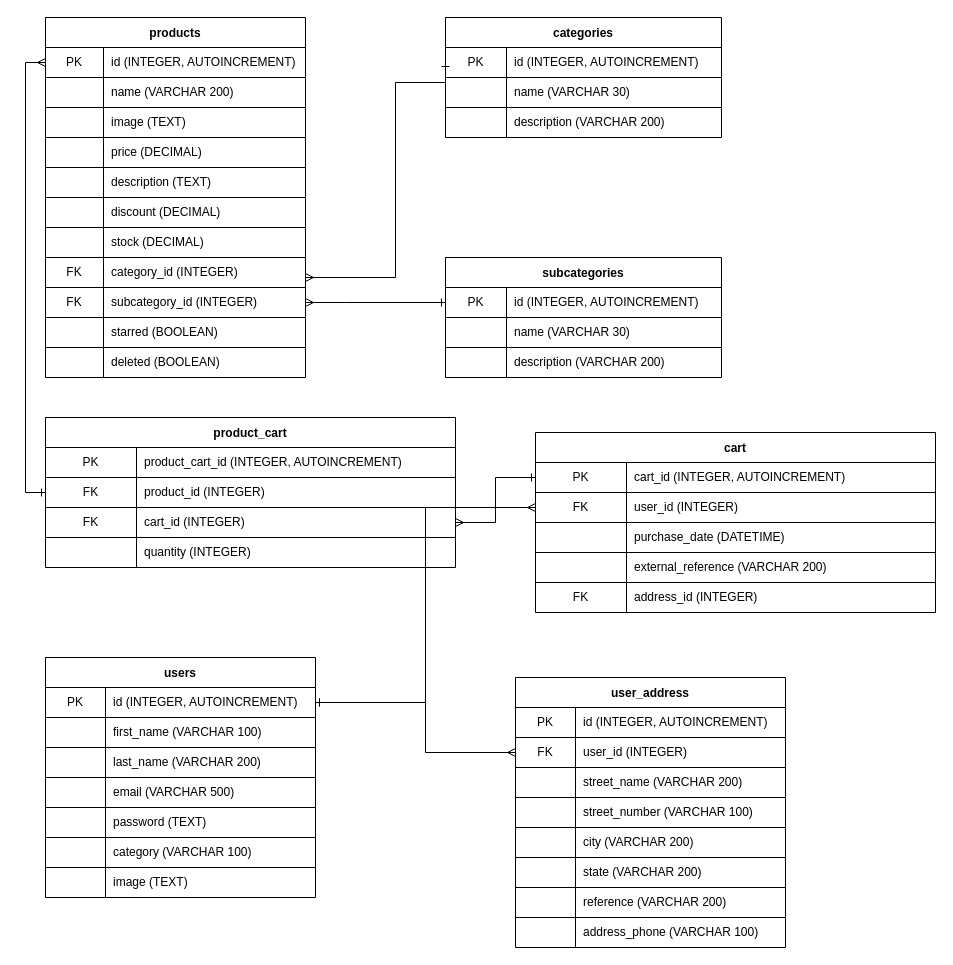
This is diagram.drawio from 0621CDFSNCN12LAED/grupo-12, a draw.io file, before an edit. Source tidied: cells renumbered, new cells numbered last; positions are measured from the earlier drawing's top-left corner, leaving out a move shared by most shapes. Both pictures are drawn from the tidied source at 100%, with x=0, y=0 at pixel (45, 17).
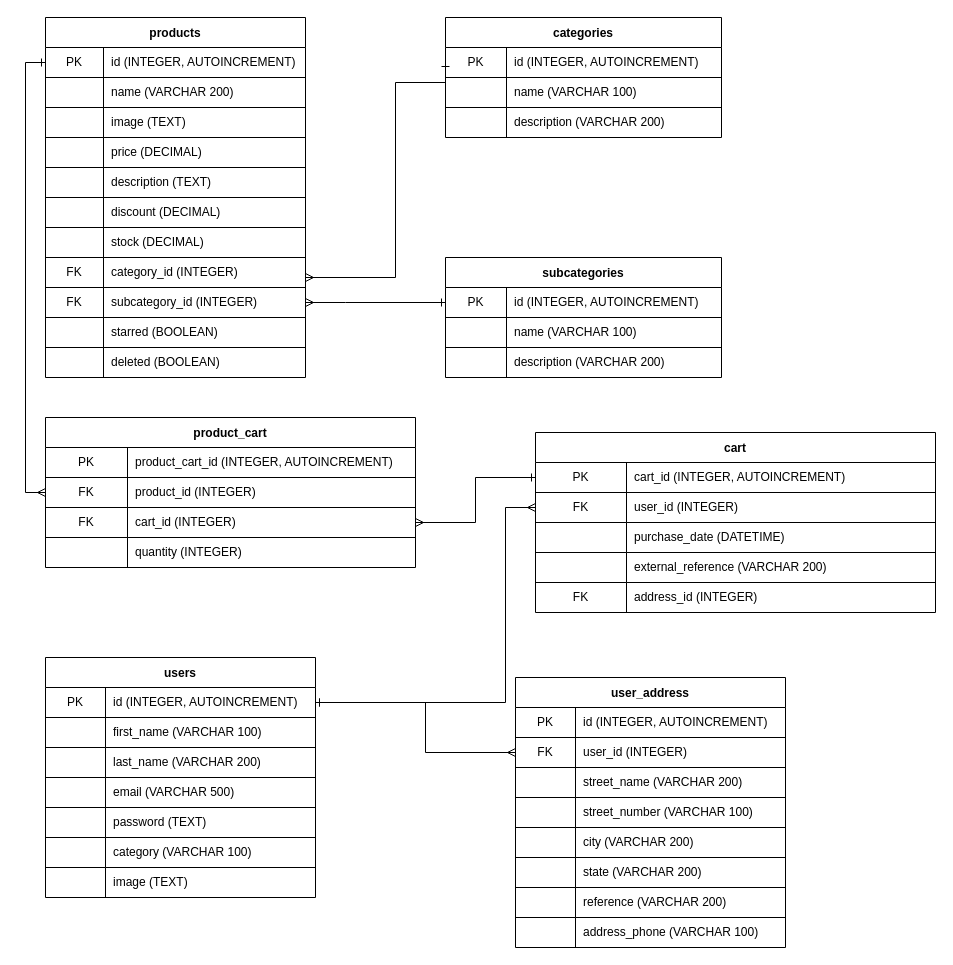
The same diagram, later.

Unchanged cells that the change refers to:
```xml
<mxCell id="3" style="shape=partialRectangle;html=1;whiteSpace=wrap;fillColor=none;top=0;left=0;bottom=1;right=0;points=[[0,0.5],[1,0.5]];portConstraint=eastwest;" parent="2" vertex="1">
  <mxGeometry y="30" width="260" height="30" as="geometry" />
</mxCell>
<mxCell id="48" style="shape=partialRectangle;html=1;whiteSpace=wrap;fillColor=none;top=0;left=0;bottom=0;right=0;" parent="44" vertex="1">
  <mxGeometry y="60" width="276" height="30" as="geometry" />
</mxCell>
<mxCell id="59" style="shape=partialRectangle;html=1;whiteSpace=wrap;fillColor=none;top=0;left=0;bottom=0;right=0;" parent="55" vertex="1">
  <mxGeometry y="60" width="276" height="30" as="geometry" />
</mxCell>
<mxCell id="67" style="shape=partialRectangle;html=1;whiteSpace=wrap;fillColor=none;top=0;left=0;bottom=1;right=0;points=[[0,0.5],[1,0.5]];portConstraint=eastwest;" parent="66" vertex="1">
  <mxGeometry y="30" width="270" height="30" as="geometry" />
</mxCell>
<mxCell id="92" style="shape=partialRectangle;html=1;whiteSpace=wrap;fillColor=none;top=0;left=0;bottom=0;right=0;points=[[0,0.5],[1,0.5]];portConstraint=eastwest;" parent="88" vertex="1">
  <mxGeometry y="60" width="400" height="30" as="geometry" />
</mxCell>
```

Diff of the diagram source:
```diff
@@
-    <mxCell id="50" value="name (VARCHAR 30)" style="shape=partialRectangle;html=1;whiteSpace=wrap;fillColor=none;top=0;left=0;bottom=0;right=0;align=left;spacingLeft=6;overflow=hidden;" parent="48" vertex="1">
+    <mxCell id="50" value="name (VARCHAR 100)" style="shape=partialRectangle;html=1;whiteSpace=wrap;fillColor=none;top=0;left=0;bottom=0;right=0;align=left;spacingLeft=6;overflow=hidden;" parent="48" vertex="1">
       <mxGeometry x="61" width="215" height="30" as="geometry" />
     </mxCell>
@@
-    <mxCell id="61" value="name (VARCHAR 30)" style="shape=partialRectangle;html=1;whiteSpace=wrap;fillColor=none;top=0;left=0;bottom=0;right=0;align=left;spacingLeft=6;overflow=hidden;" parent="59" vertex="1">
+    <mxCell id="61" value="name (VARCHAR 100)" style="shape=partialRectangle;html=1;whiteSpace=wrap;fillColor=none;top=0;left=0;bottom=0;right=0;align=left;spacingLeft=6;overflow=hidden;" parent="59" vertex="1">
       <mxGeometry x="61" width="215" height="30" as="geometry" />
     </mxCell>
@@
     <mxCell id="104" value="product_cart" style="shape=table;startSize=30;childLayout=tableLayout;rowLines=1;fontStyle=1;align=center;" parent="1" vertex="1">
-      <mxGeometry y="400" width="410" height="150" as="geometry" />
+      <mxGeometry y="400" width="370" height="150" as="geometry" />
     </mxCell>
     <mxCell id="105" style="shape=partialRectangle;html=1;whiteSpace=wrap;fillColor=none;top=0;left=0;bottom=1;right=0;" parent="104" vertex="1">
-      <mxGeometry y="30" width="410" height="30" as="geometry" />
+      <mxGeometry y="30" width="370" height="30" as="geometry" />
     </mxCell>
     <mxCell id="106" value="PK" style="shape=partialRectangle;html=1;whiteSpace=wrap;fillColor=none;top=0;left=0;bottom=0;right=0;overflow=hidden;" parent="105" vertex="1">
-      <mxGeometry width="91" height="30" as="geometry" />
+      <mxGeometry width="82" height="30" as="geometry" />
     </mxCell>
     <mxCell id="107" value="product_cart_id (INTEGER, AUTOINCREMENT)" style="shape=partialRectangle;html=1;whiteSpace=wrap;fillColor=none;top=0;left=0;bottom=0;right=0;align=left;spacingLeft=6;overflow=hidden;" parent="105" vertex="1">
-      <mxGeometry x="91" width="319" height="30" as="geometry" />
+      <mxGeometry x="82" width="288" height="30" as="geometry" />
     </mxCell>
     <mxCell id="108" style="shape=partialRectangle;html=1;whiteSpace=wrap;fillColor=none;top=0;left=0;bottom=0;right=0;points=[[0,0.5],[1,0.5]];portConstraint=eastwest;" parent="104" vertex="1">
-      <mxGeometry y="60" width="410" height="30" as="geometry" />
+      <mxGeometry y="60" width="370" height="30" as="geometry" />
     </mxCell>
     <mxCell id="109" value="FK" style="shape=partialRectangle;html=1;whiteSpace=wrap;fillColor=none;top=0;left=0;bottom=0;right=0;overflow=hidden;" parent="108" vertex="1">
-      <mxGeometry width="91" height="30" as="geometry" />
+      <mxGeometry width="82" height="30" as="geometry" />
     </mxCell>
     <mxCell id="110" value="product_id (INTEGER)" style="shape=partialRectangle;html=1;whiteSpace=wrap;fillColor=none;top=0;left=0;bottom=0;right=0;align=left;spacingLeft=6;overflow=hidden;" parent="108" vertex="1">
-      <mxGeometry x="91" width="319" height="30" as="geometry" />
+      <mxGeometry x="82" width="288" height="30" as="geometry" />
     </mxCell>
     <mxCell id="111" style="shape=partialRectangle;html=1;whiteSpace=wrap;fillColor=none;top=0;left=0;bottom=0;right=0;points=[[0,0.5],[1,0.5]];portConstraint=eastwest;" parent="104" vertex="1">
-      <mxGeometry y="90" width="410" height="30" as="geometry" />
+      <mxGeometry y="90" width="370" height="30" as="geometry" />
     </mxCell>
     <mxCell id="112" value="FK" style="shape=partialRectangle;html=1;whiteSpace=wrap;fillColor=none;top=0;left=0;bottom=0;right=0;overflow=hidden;" parent="111" vertex="1">
-      <mxGeometry width="91" height="30" as="geometry" />
+      <mxGeometry width="82" height="30" as="geometry" />
     </mxCell>
     <mxCell id="113" value="cart_id (INTEGER)" style="shape=partialRectangle;html=1;whiteSpace=wrap;fillColor=none;top=0;left=0;bottom=0;right=0;align=left;spacingLeft=6;overflow=hidden;" parent="111" vertex="1">
-      <mxGeometry x="91" width="319" height="30" as="geometry" />
+      <mxGeometry x="82" width="288" height="30" as="geometry" />
     </mxCell>
     <mxCell id="114" style="shape=partialRectangle;html=1;whiteSpace=wrap;fillColor=none;top=0;left=0;bottom=0;right=0;" parent="104" vertex="1">
-      <mxGeometry y="120" width="410" height="30" as="geometry" />
+      <mxGeometry y="120" width="370" height="30" as="geometry" />
     </mxCell>
     <mxCell id="115" style="shape=partialRectangle;html=1;whiteSpace=wrap;fillColor=none;top=0;left=0;bottom=0;right=0;overflow=hidden;" parent="114" vertex="1">
-      <mxGeometry width="91" height="30" as="geometry" />
+      <mxGeometry width="82" height="30" as="geometry" />
     </mxCell>
     <mxCell id="116" value="quantity (INTEGER)" style="shape=partialRectangle;html=1;whiteSpace=wrap;fillColor=none;top=0;left=0;bottom=0;right=0;align=left;spacingLeft=6;overflow=hidden;" parent="114" vertex="1">
-      <mxGeometry x="91" width="319" height="30" as="geometry" />
+      <mxGeometry x="82" width="288" height="30" as="geometry" />
     </mxCell>
     <mxCell id="117" style="edgeStyle=orthogonalEdgeStyle;rounded=0;jettySize=auto;html=1;exitX=1;exitY=0.5;exitDx=0;exitDy=0;entryX=0;entryY=0.5;entryDx=0;entryDy=0;startArrow=ERone;startFill=0;endArrow=ERmany;endFill=0;" parent="1" edge="1" source="67" target="92">
-      <mxGeometry relative="1" as="geometry" />
+      <mxGeometry relative="1" as="geometry">
+        <Array as="points">
+          <mxPoint x="460" y="685" />
+          <mxPoint x="460" y="490" />
+        </Array>
+      </mxGeometry>
     </mxCell>
@@
-    <mxCell id="119" style="edgeStyle=orthogonalEdgeStyle;rounded=0;jettySize=auto;html=1;exitX=0;exitY=0.5;exitDx=0;exitDy=0;entryX=0;entryY=0.5;entryDx=0;entryDy=0;startArrow=ERone;startFill=0;endArrow=ERmany;endFill=0;" parent="1" edge="1" source="108" target="3">
-      <mxGeometry relative="1" as="geometry" />
-    </mxCell>
@@
+    <mxCell id="146" style="edgeStyle=orthogonalEdgeStyle;rounded=0;jettySize=auto;html=1;exitX=0;exitY=0.5;exitDx=0;exitDy=0;entryX=0;entryY=0.5;entryDx=0;entryDy=0;endArrow=ERmany;endFill=0;startArrow=ERone;startFill=0;" parent="1" edge="1" source="3" target="108">
+      <mxGeometry relative="1" as="geometry" />
+    </mxCell>
```
